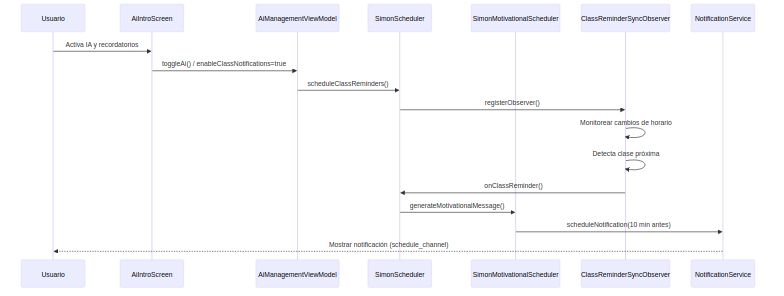
Earlier version of the Mermaid export images/diagrams/cap4_f7_secuencia_ia_recordatorios_part1.png (smith-3/Taller-Grado-II). Its source is kept beside it as images/diagrams/cap4_f7_secuencia_ia_recordatorios_part1.mmd.
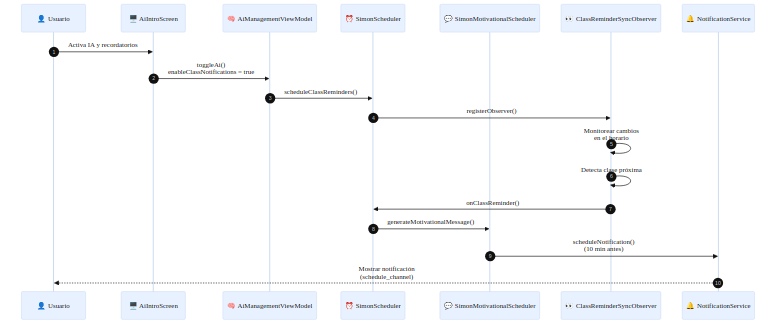
After the change.

Change to the diagram source:
```diff
@@ -1,20 +1,31 @@
+%%{init: {
+  "theme": "base",
+  "themeVariables": {
+    "fontFamily": "Arial, sans-serif",
+    "fontSize": "14px"
+  }
+}}%%
 sequenceDiagram
-    participant U as Usuario
-    participant AI as AiIntroScreen
-    participant VM as AiManagementViewModel
-    participant SIMON as SimonScheduler
-    participant MOTIV as SimonMotivationalScheduler
-    participant OBS as ClassReminderSyncObserver
-    participant NOTIF as NotificationService
+    autonumber
+    participant U as 👤 Usuario
+    participant AI as 🖥️ AiIntroScreen
+    participant VM as 🧠 AiManagementViewModel
+    participant SIMON as ⏰ SimonScheduler
+    participant MOTIV as 💬 SimonMotivationalScheduler
+    participant OBS as 👀 ClassReminderSyncObserver
+    participant NOTIF as 🔔 NotificationService
 
     U->>AI: Activa IA y recordatorios
-    AI->>VM: toggleAi() / enableClassNotifications=true
+    AI->>VM: toggleAi()<br/>enableClassNotifications = true
+
     VM->>SIMON: scheduleClassReminders()
     SIMON->>OBS: registerObserver()
-    OBS->>OBS: Monitorear cambios de horario
 
+    OBS->>OBS: Monitorear cambios<br/>en el horario
     OBS->>OBS: Detecta clase próxima
+
     OBS->>SIMON: onClassReminder()
     SIMON->>MOTIV: generateMotivationalMessage()
-    MOTIV->>NOTIF: scheduleNotification(10 min antes)
-    NOTIF-->>U: Mostrar notificación (schedule_channel)
+    MOTIV->>NOTIF: scheduleNotification()<br/>(10 min antes)
+
+    NOTIF-->>U: Mostrar notificación<br/>(schedule_channel)
```
